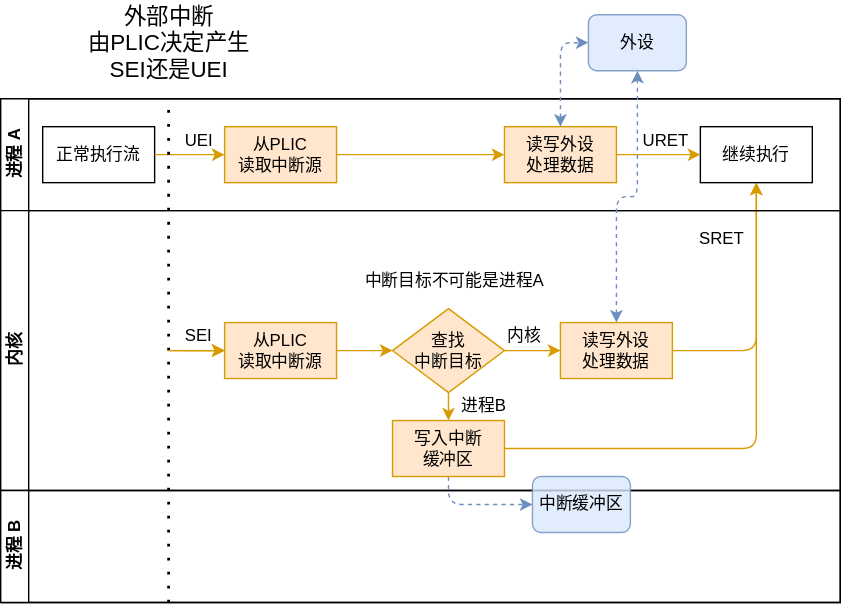
Before: docs/src/assets/uei.svg, a diagram exported from draw.io (oscomp/2021oscomp-best-kernel-design-impl). Source tidied: cells renumbered, new cells last; positions are measured from the earlier drawing's top-left corner, leaving out a move shared by most shapes.
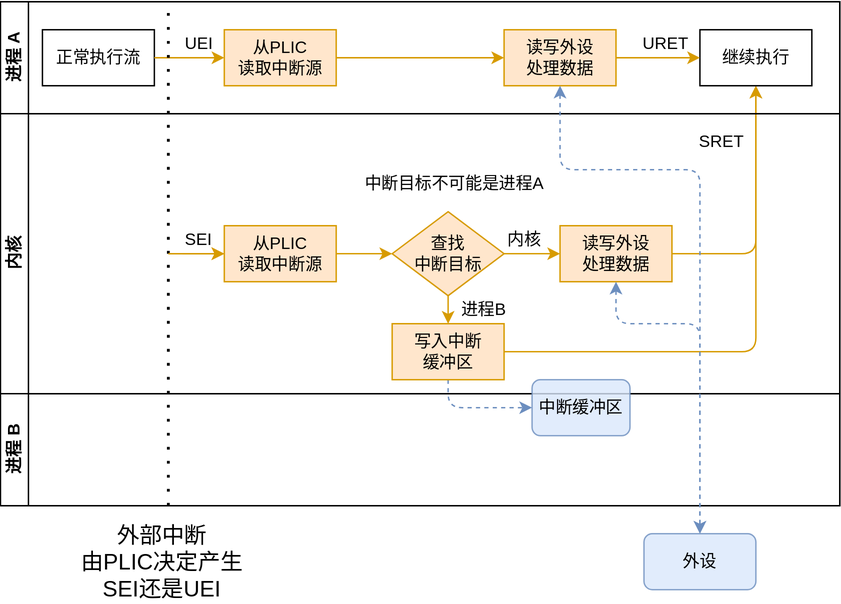
The same file after the commit.

What changed in the source:
```diff
@@ -3,7 +3,7 @@
     <mxCell id="0" />
     <mxCell id="1" parent="0" />
     <mxCell id="2" style="swimlane;html=1;horizontal=0;startSize=0;" parent="1" vertex="1">
-      <mxGeometry y="70" width="600" height="360" as="geometry" />
+      <mxGeometry y="30" width="600" height="360" as="geometry" />
     </mxCell>
     <mxCell id="3" style="edgeStyle=orthogonalEdgeStyle;rounded=1;jettySize=auto;html=1;exitX=1;exitY=0.5;exitDx=0;exitDy=0;entryX=0.5;entryY=1;entryDx=0;entryDy=0;fillColor=#ffe6cc;strokeColor=#d79b00;" parent="2" edge="1" source="22" target="12">
       <mxGeometry relative="1" as="geometry" />
@@ -112,16 +112,27 @@
       <mxGeometry x="380" y="-10" width="70" height="40" as="geometry" />
     </mxCell>
     <mxCell id="35" value="外部中断&lt;br style=&quot;font-size: 16px;&quot;&gt;由PLIC决定产生&lt;br style=&quot;font-size: 16px;&quot;&gt;SEI还是UEI" style="text;html=1;align=center;verticalAlign=middle;fontSize=16;" parent="1" vertex="1">
-      <mxGeometry x="55" width="130" height="60" as="geometry" />
+      <mxGeometry x="50" y="400" width="130" height="60" as="geometry" />
     </mxCell>
     <mxCell id="36" value="外设" style="rounded=1;whiteSpace=wrap;html=1;fillColor=#dae8fc;strokeColor=#6c8ebf;opacity=80;" parent="1" vertex="1">
-      <mxGeometry x="420" y="10" width="70" height="40" as="geometry" />
+      <mxGeometry x="460" y="410" width="80" height="40" as="geometry" />
     </mxCell>
-    <mxCell id="37" style="edgeStyle=orthogonalEdgeStyle;rounded=1;jettySize=auto;html=1;exitX=0.5;exitY=0;exitDx=0;exitDy=0;entryX=0;entryY=0.5;entryDx=0;entryDy=0;shadow=0;startArrow=classic;startFill=1;dashed=1;strokeWidth=1;fillColor=#dae8fc;strokeColor=#6c8ebf;" parent="1" edge="1" source="10" target="36">
-      <mxGeometry relative="1" as="geometry" />
+    <mxCell id="37" style="edgeStyle=orthogonalEdgeStyle;rounded=1;jettySize=auto;html=1;exitX=0.5;exitY=1;exitDx=0;exitDy=0;entryX=0.5;entryY=0;entryDx=0;entryDy=0;shadow=0;startArrow=classic;startFill=1;dashed=1;strokeWidth=1;fillColor=#dae8fc;strokeColor=#6c8ebf;" parent="1" edge="1" source="10" target="36">
+      <mxGeometry relative="1" as="geometry">
+        <Array as="points">
+          <mxPoint x="400" y="150" />
+          <mxPoint x="500" y="150" />
+          <mxPoint x="500" y="410" />
+        </Array>
+      </mxGeometry>
     </mxCell>
-    <mxCell id="38" style="edgeStyle=orthogonalEdgeStyle;rounded=1;jettySize=auto;html=1;exitX=0.5;exitY=0;exitDx=0;exitDy=0;entryX=0.5;entryY=1;entryDx=0;entryDy=0;shadow=0;startArrow=classic;startFill=1;fillColor=#dae8fc;strokeColor=#6c8ebf;dashed=1;strokeWidth=1;" parent="1" edge="1" source="25" target="36">
-      <mxGeometry relative="1" as="geometry" />
+    <mxCell id="38" style="edgeStyle=orthogonalEdgeStyle;rounded=1;jettySize=auto;html=1;exitX=0.5;exitY=1;exitDx=0;exitDy=0;entryX=0.5;entryY=0;entryDx=0;entryDy=0;shadow=0;startArrow=classic;startFill=1;fillColor=#dae8fc;strokeColor=#6c8ebf;dashed=1;strokeWidth=1;" parent="1" edge="1" source="25" target="36">
+      <mxGeometry relative="1" as="geometry">
+        <Array as="points">
+          <mxPoint x="440" y="260" />
+          <mxPoint x="500" y="260" />
+        </Array>
+      </mxGeometry>
     </mxCell>
   </root>
 </mxGraphModel>
```
